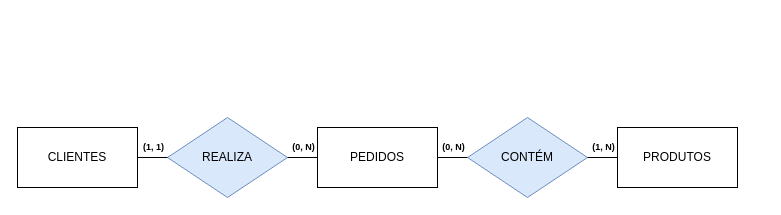
This is Diagrama sem nome.drawio from gitsamara/exercicios-bd-relacional, a draw.io file, before an edit. Source tidied: cells renumbered, new cells numbered last; positions are measured from the earlier drawing's top-left corner, leaving out a move shared by most shapes. Both pictures are drawn from the tidied source at 100%, with x=0, y=0 at pixel (17, 117).
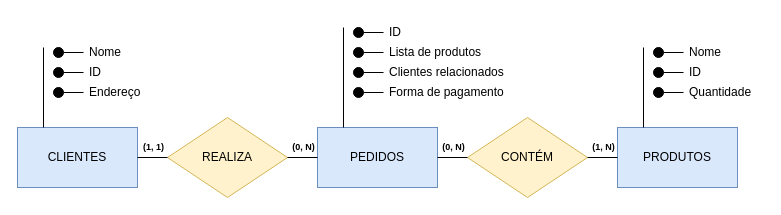
After the change.

Diff of the diagram source:
```diff
@@
-    <mxCell id="2" value="CLIENTES" style="rounded=0;whiteSpace=wrap;html=1;" parent="1" vertex="1">
+    <mxCell id="2" value="CLIENTES" style="rounded=0;whiteSpace=wrap;html=1;fillColor=#dae8fc;strokeColor=#6c8ebf;" parent="1" vertex="1">
       <mxGeometry y="10" width="120" height="60" as="geometry" />
     </mxCell>
-    <mxCell id="3" value="PRODUTOS" style="rounded=0;whiteSpace=wrap;html=1;" parent="1" vertex="1">
+    <mxCell id="3" value="PRODUTOS" style="rounded=0;whiteSpace=wrap;html=1;fillColor=#dae8fc;strokeColor=#6c8ebf;" parent="1" vertex="1">
       <mxGeometry x="600" y="10" width="120" height="60" as="geometry" />
     </mxCell>
-    <mxCell id="4" value="CONTÉM" style="rhombus;whiteSpace=wrap;html=1;fillColor=#dae8fc;strokeColor=#6c8ebf;" parent="1" vertex="1">
+    <mxCell id="4" value="CONTÉM" style="rhombus;whiteSpace=wrap;html=1;fillColor=#fff2cc;strokeColor=#d6b656;" parent="1" vertex="1">
       <mxGeometry x="450" width="120" height="80" as="geometry" />
     </mxCell>
-    <mxCell id="5" value="PEDIDOS" style="rounded=0;whiteSpace=wrap;html=1;" parent="1" vertex="1">
+    <mxCell id="5" value="PEDIDOS" style="rounded=0;whiteSpace=wrap;html=1;fillColor=#dae8fc;strokeColor=#6c8ebf;" parent="1" vertex="1">
       <mxGeometry x="300" y="10" width="120" height="60" as="geometry" />
     </mxCell>
-    <mxCell id="6" value="REALIZA" style="rhombus;whiteSpace=wrap;html=1;fillColor=#dae8fc;strokeColor=#6c8ebf;" parent="1" vertex="1">
+    <mxCell id="6" value="REALIZA" style="rhombus;whiteSpace=wrap;html=1;fillColor=#fff2cc;strokeColor=#d6b656;" parent="1" vertex="1">
       <mxGeometry x="150" width="120" height="80" as="geometry" />
     </mxCell>
@@
+    <mxCell id="15" style="ellipse;whiteSpace=wrap;html=1;align=center;fillColor=#000000;" parent="1" vertex="1">
+      <mxGeometry x="36" y="-50" width="10" height="10" as="geometry" />
+    </mxCell>
+    <mxCell id="16" style="endArrow=none;html=1;rounded=0;exitX=1;exitY=0.5;exitDx=0;exitDy=0;" parent="1" edge="1" source="15">
+      <mxGeometry relative="1" as="geometry">
+        <mxPoint x="66" y="-45" as="targetPoint" />
+      </mxGeometry>
+    </mxCell>
+    <mxCell id="17" value="ID" style="text;strokeColor=none;fillColor=none;align=left;verticalAlign=middle;spacingLeft=4;spacingRight=4;overflow=hidden;whiteSpace=wrap;html=1;" parent="1" vertex="1">
+      <mxGeometry x="66" y="-60" width="80" height="30" as="geometry" />
+    </mxCell>
+    <mxCell id="18" style="ellipse;whiteSpace=wrap;html=1;align=center;fillStyle=auto;fillColor=#000000;" parent="1" vertex="1">
+      <mxGeometry x="36" y="-30" width="10" height="10" as="geometry" />
+    </mxCell>
+    <mxCell id="19" style="endArrow=none;html=1;rounded=0;exitX=1;exitY=0.5;exitDx=0;exitDy=0;" parent="1" edge="1" source="18">
+      <mxGeometry relative="1" as="geometry">
+        <mxPoint x="66" y="-25" as="targetPoint" />
+      </mxGeometry>
+    </mxCell>
+    <mxCell id="20" value="Endereço" style="text;strokeColor=none;fillColor=none;align=left;verticalAlign=middle;spacingLeft=4;spacingRight=4;overflow=hidden;whiteSpace=wrap;html=1;" parent="1" vertex="1">
+      <mxGeometry x="66" y="-40" width="80" height="30" as="geometry" />
+    </mxCell>
+    <mxCell id="21" style="ellipse;whiteSpace=wrap;html=1;align=center;fillColor=#000000;" parent="1" vertex="1">
+      <mxGeometry x="36" y="-70" width="10" height="10" as="geometry" />
+    </mxCell>
+    <mxCell id="22" style="endArrow=none;html=1;rounded=0;exitX=1;exitY=0.5;exitDx=0;exitDy=0;" parent="1" edge="1" source="21">
+      <mxGeometry relative="1" as="geometry">
+        <mxPoint x="66" y="-65" as="targetPoint" />
+      </mxGeometry>
+    </mxCell>
+    <mxCell id="23" value="Nome" style="text;strokeColor=none;fillColor=none;align=left;verticalAlign=middle;spacingLeft=4;spacingRight=4;overflow=hidden;whiteSpace=wrap;html=1;" parent="1" vertex="1">
+      <mxGeometry x="66" y="-80" width="80" height="30" as="geometry" />
+    </mxCell>
+    <mxCell id="24" style="endArrow=none;html=1;rounded=0;" parent="1" edge="1">
+      <mxGeometry relative="1" as="geometry">
+        <mxPoint x="26" y="10" as="sourcePoint" />
+        <mxPoint x="26" y="-70" as="targetPoint" />
+      </mxGeometry>
+    </mxCell>
+    <mxCell id="25" style="ellipse;whiteSpace=wrap;html=1;align=center;fillColor=#000000;" parent="1" vertex="1">
+      <mxGeometry x="336" y="-70" width="10" height="10" as="geometry" />
+    </mxCell>
+    <mxCell id="26" style="endArrow=none;html=1;rounded=0;exitX=1;exitY=0.5;exitDx=0;exitDy=0;" parent="1" edge="1" source="25">
+      <mxGeometry relative="1" as="geometry">
+        <mxPoint x="366" y="-65" as="targetPoint" />
+      </mxGeometry>
+    </mxCell>
+    <mxCell id="27" value="Lista de produtos" style="text;strokeColor=none;fillColor=none;align=left;verticalAlign=middle;spacingLeft=4;spacingRight=4;overflow=hidden;whiteSpace=wrap;html=1;" parent="1" vertex="1">
+      <mxGeometry x="366" y="-80" width="120" height="30" as="geometry" />
+    </mxCell>
+    <mxCell id="28" style="ellipse;whiteSpace=wrap;html=1;align=center;fillColor=#000000;" parent="1" vertex="1">
+      <mxGeometry x="336" y="-90" width="10" height="10" as="geometry" />
+    </mxCell>
+    <mxCell id="29" style="endArrow=none;html=1;rounded=0;exitX=1;exitY=0.5;exitDx=0;exitDy=0;" parent="1" edge="1" source="28">
+      <mxGeometry relative="1" as="geometry">
+        <mxPoint x="366" y="-85" as="targetPoint" />
+      </mxGeometry>
+    </mxCell>
+    <mxCell id="30" value="ID" style="text;strokeColor=none;fillColor=none;align=left;verticalAlign=middle;spacingLeft=4;spacingRight=4;overflow=hidden;whiteSpace=wrap;html=1;" parent="1" vertex="1">
+      <mxGeometry x="366" y="-100" width="80" height="30" as="geometry" />
+    </mxCell>
+    <mxCell id="31" style="endArrow=none;html=1;rounded=0;" parent="1" edge="1">
+      <mxGeometry relative="1" as="geometry">
+        <mxPoint x="326" y="10" as="sourcePoint" />
+        <mxPoint x="326" y="-90" as="targetPoint" />
+      </mxGeometry>
+    </mxCell>
+    <mxCell id="32" style="ellipse;whiteSpace=wrap;html=1;align=center;fillColor=#000000;" parent="1" vertex="1">
+      <mxGeometry x="636" y="-50" width="10" height="10" as="geometry" />
+    </mxCell>
+    <mxCell id="33" style="endArrow=none;html=1;rounded=0;exitX=1;exitY=0.5;exitDx=0;exitDy=0;" parent="1" edge="1" source="32">
+      <mxGeometry relative="1" as="geometry">
+        <mxPoint x="666" y="-45" as="targetPoint" />
+      </mxGeometry>
+    </mxCell>
+    <mxCell id="34" value="ID" style="text;strokeColor=none;fillColor=none;align=left;verticalAlign=middle;spacingLeft=4;spacingRight=4;overflow=hidden;whiteSpace=wrap;html=1;" parent="1" vertex="1">
+      <mxGeometry x="666" y="-60" width="80" height="30" as="geometry" />
+    </mxCell>
+    <mxCell id="35" style="ellipse;whiteSpace=wrap;html=1;align=center;fillStyle=auto;fillColor=#000000;" parent="1" vertex="1">
+      <mxGeometry x="636" y="-30" width="10" height="10" as="geometry" />
+    </mxCell>
+    <mxCell id="36" style="endArrow=none;html=1;rounded=0;exitX=1;exitY=0.5;exitDx=0;exitDy=0;" parent="1" edge="1" source="35">
+      <mxGeometry relative="1" as="geometry">
+        <mxPoint x="666" y="-25" as="targetPoint" />
+      </mxGeometry>
+    </mxCell>
+    <mxCell id="37" value="Quantidade" style="text;strokeColor=none;fillColor=none;align=left;verticalAlign=middle;spacingLeft=4;spacingRight=4;overflow=hidden;whiteSpace=wrap;html=1;" parent="1" vertex="1">
+      <mxGeometry x="666" y="-40" width="80" height="30" as="geometry" />
+    </mxCell>
+    <mxCell id="38" style="ellipse;whiteSpace=wrap;html=1;align=center;fillColor=#000000;" parent="1" vertex="1">
+      <mxGeometry x="636" y="-70" width="10" height="10" as="geometry" />
+    </mxCell>
+    <mxCell id="39" style="endArrow=none;html=1;rounded=0;exitX=1;exitY=0.5;exitDx=0;exitDy=0;" parent="1" edge="1" source="38">
+      <mxGeometry relative="1" as="geometry">
+        <mxPoint x="666" y="-65" as="targetPoint" />
+      </mxGeometry>
+    </mxCell>
+    <mxCell id="40" value="Nome" style="text;strokeColor=none;fillColor=none;align=left;verticalAlign=middle;spacingLeft=4;spacingRight=4;overflow=hidden;whiteSpace=wrap;html=1;" parent="1" vertex="1">
+      <mxGeometry x="666" y="-80" width="80" height="30" as="geometry" />
+    </mxCell>
+    <mxCell id="41" style="endArrow=none;html=1;rounded=0;" parent="1" edge="1">
+      <mxGeometry relative="1" as="geometry">
+        <mxPoint x="626" y="10" as="sourcePoint" />
+        <mxPoint x="626" y="-70" as="targetPoint" />
+      </mxGeometry>
+    </mxCell>
+    <mxCell id="42" style="ellipse;whiteSpace=wrap;html=1;align=center;fillColor=#000000;" parent="1" vertex="1">
+      <mxGeometry x="336" y="-50" width="10" height="10" as="geometry" />
+    </mxCell>
+    <mxCell id="43" style="endArrow=none;html=1;rounded=0;exitX=1;exitY=0.5;exitDx=0;exitDy=0;" parent="1" edge="1" source="42">
+      <mxGeometry relative="1" as="geometry">
+        <mxPoint x="366" y="-45" as="targetPoint" />
+      </mxGeometry>
+    </mxCell>
+    <mxCell id="44" value="Clientes relacionados" style="text;strokeColor=none;fillColor=none;align=left;verticalAlign=middle;spacingLeft=4;spacingRight=4;overflow=hidden;whiteSpace=wrap;html=1;" parent="1" vertex="1">
+      <mxGeometry x="366" y="-60" width="140" height="30" as="geometry" />
+    </mxCell>
+    <mxCell id="45" style="ellipse;whiteSpace=wrap;html=1;align=center;fillColor=#000000;" parent="1" vertex="1">
+      <mxGeometry x="336" y="-30" width="10" height="10" as="geometry" />
+    </mxCell>
+    <mxCell id="46" style="endArrow=none;html=1;rounded=0;exitX=1;exitY=0.5;exitDx=0;exitDy=0;" parent="1" edge="1" source="45">
+      <mxGeometry relative="1" as="geometry">
+        <mxPoint x="366" y="-25" as="targetPoint" />
+      </mxGeometry>
+    </mxCell>
+    <mxCell id="47" value="Forma de pagamento" style="text;strokeColor=none;fillColor=none;align=left;verticalAlign=middle;spacingLeft=4;spacingRight=4;overflow=hidden;whiteSpace=wrap;html=1;" parent="1" vertex="1">
+      <mxGeometry x="366" y="-40" width="140" height="30" as="geometry" />
+    </mxCell>
```
